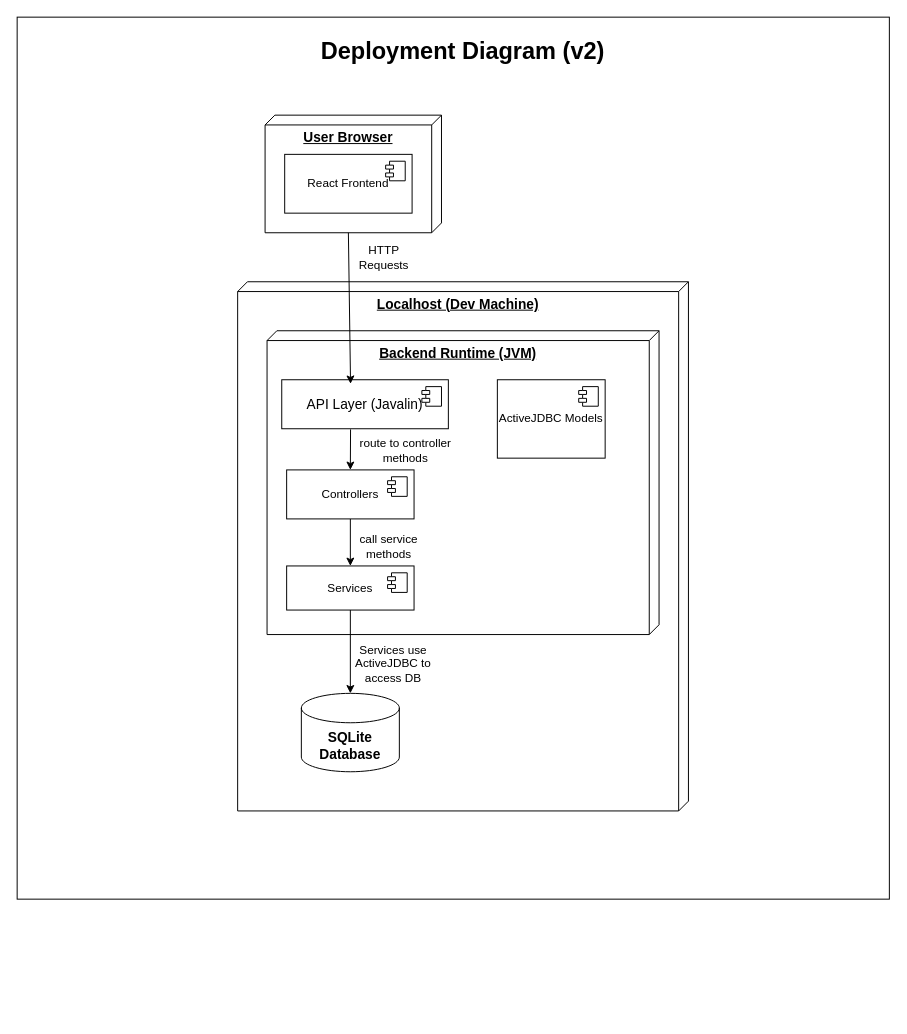
Before: diagrams/Deployment_Diagram2.drawio in dimitry-lzs/seBackend, a draw.io diagram. Source tidied: cells renumbered, new cells numbered last; positions are measured from the earlier drawing's top-left corner, leaving out a move shared by most shapes. Both pictures are drawn from the tidied source at 98%, with x=0, y=0 at pixel (17, 17).
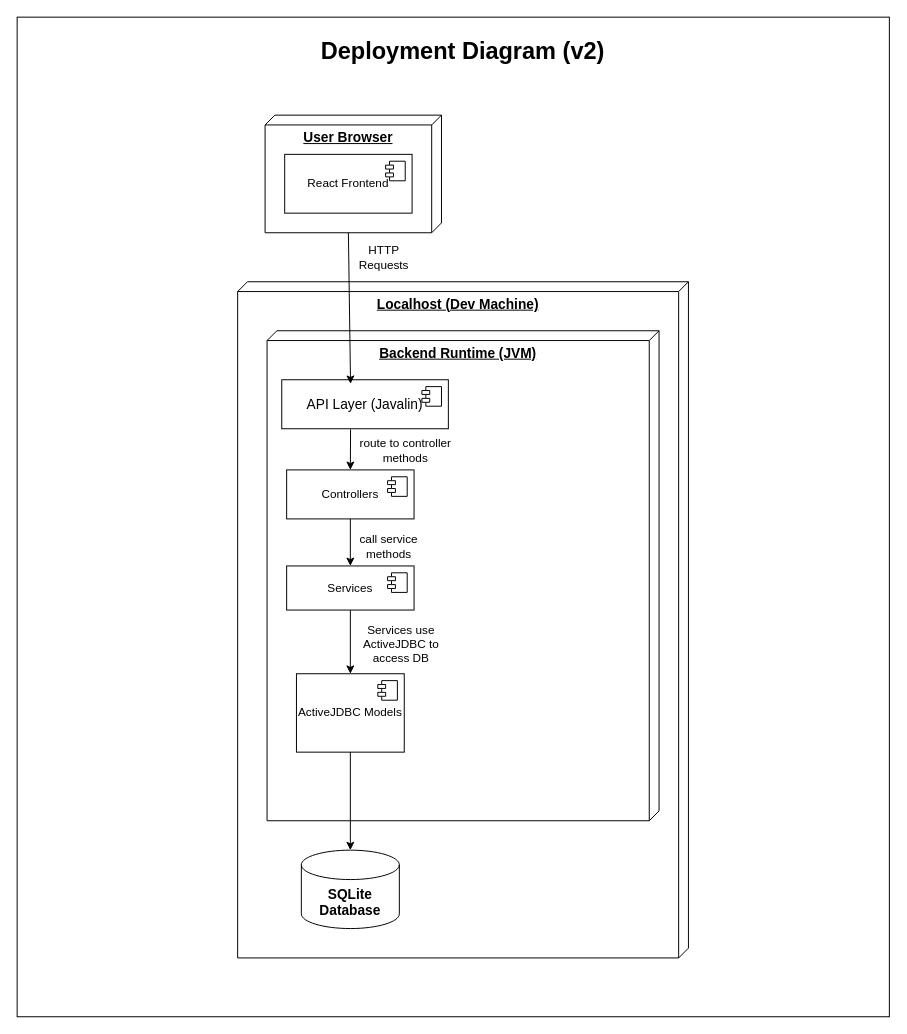
The same diagram, later.

Commit message:
update deployment diagram 2

Unchanged cells that the change refers to:
```xml
<mxCell id="8" value="Services" style="html=1;whiteSpace=wrap;" parent="1" vertex="1">
  <mxGeometry x="275" y="560" width="130" height="45" as="geometry" />
</mxCell>
```

Change to the diagram source:
```diff
@@
     <mxCell id="2" style="rounded=0;whiteSpace=wrap;html=1;" parent="1" vertex="1">
-      <mxGeometry width="890" height="900" as="geometry" />
+      <mxGeometry width="890" height="1020" as="geometry" />
     </mxCell>
@@
     <mxCell id="4" value="&lt;b&gt;&lt;font style=&quot;font-size: 14px;&quot;&gt;Localhost (Dev Machine)&lt;/font&gt;&lt;/b&gt;" style="verticalAlign=top;align=center;spacingTop=8;spacingLeft=2;spacingRight=12;shape=cube;size=10;direction=south;fontStyle=4;html=1;whiteSpace=wrap;" parent="1" vertex="1">
-      <mxGeometry x="225" y="270" width="460" height="540" as="geometry" />
+      <mxGeometry x="225" y="270" width="460" height="690" as="geometry" />
     </mxCell>
     <mxCell id="5" value="&lt;b&gt;&lt;font style=&quot;font-size: 14px;&quot;&gt;Backend Runtime (JVM)&lt;/font&gt;&lt;/b&gt;" style="verticalAlign=top;align=center;spacingTop=8;spacingLeft=2;spacingRight=12;shape=cube;size=10;direction=south;fontStyle=4;html=1;whiteSpace=wrap;" parent="1" vertex="1">
-      <mxGeometry x="255" y="320" width="400" height="310" as="geometry" />
+      <mxGeometry x="255" y="320" width="400" height="500" as="geometry" />
     </mxCell>
     <mxCell id="6" value="ActiveJDBC Models" style="html=1;whiteSpace=wrap;" parent="1" vertex="1">
-      <mxGeometry x="490" y="370" width="110" height="80" as="geometry" />
+      <mxGeometry x="285" y="670" width="110" height="80" as="geometry" />
     </mxCell>
@@
+    <mxCell id="26" style="edgeStyle=none;html=1;exitX=0.5;exitY=1;exitDx=0;exitDy=0;entryX=0.5;entryY=0;entryDx=0;entryDy=0;" parent="1" edge="1" source="8" target="6">
+      <mxGeometry relative="1" as="geometry" />
+    </mxCell>
@@
     <mxCell id="18" value="&lt;b&gt;&lt;font style=&quot;font-size: 14px;&quot;&gt;SQLite Database&lt;/font&gt;&lt;/b&gt;" style="shape=cylinder3;whiteSpace=wrap;html=1;boundedLbl=1;backgroundOutline=1;size=15;" parent="1" vertex="1">
-      <mxGeometry x="290" y="690" width="100" height="80" as="geometry" />
+      <mxGeometry x="290" y="850" width="100" height="80" as="geometry" />
     </mxCell>
@@
-    <mxCell id="21" style="edgeStyle=none;html=1;exitX=0.5;exitY=1;exitDx=0;exitDy=0;entryX=0.5;entryY=0;entryDx=0;entryDy=0;entryPerimeter=0;" parent="1" edge="1" source="8" target="18">
-      <mxGeometry relative="1" as="geometry" />
-    </mxCell>
@@
     <mxCell id="25" value="Services use ActiveJDBC to access DB" style="text;strokeColor=none;align=center;fillColor=none;html=1;verticalAlign=middle;whiteSpace=wrap;rounded=0;" parent="1" vertex="1">
-      <mxGeometry x="343" y="640" width="82" height="40" as="geometry" />
+      <mxGeometry x="351" y="620" width="82" height="40" as="geometry" />
     </mxCell>
+    <mxCell id="27" style="edgeStyle=none;html=1;exitX=0.5;exitY=1;exitDx=0;exitDy=0;entryX=0.5;entryY=0;entryDx=0;entryDy=0;entryPerimeter=0;" parent="1" edge="1" source="6" target="18">
+      <mxGeometry relative="1" as="geometry" />
+    </mxCell>
```
